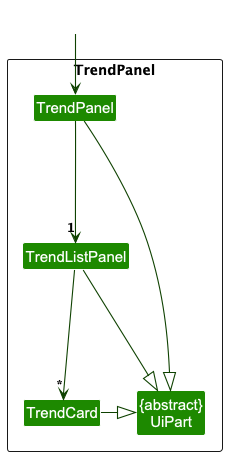
The PlantUML diagram docs/images/TrendPanelClassDiagram.png in kailermai/tp, before a commit. Its diagram source:
```plantuml
@startuml
!include style.puml
skinparam arrowThickness 1.1
skinparam arrowColor UI_COLOR_T4
skinparam classBackgroundColor UI_COLOR

package TP as "TrendPanel"{
Class TrendPanel
Class TrendListPanel
Class TrendCard
Class "{abstract}\nUiPart" as UiPart
Class Spacer #FFFFFF
}

Class RightSidePanel #FFFFFF
RightSidePanel --> TrendPanel
"TrendPanel" -down--> "1"TrendListPanel
TrendListPanel -down--> "*"TrendCard

TrendPanel -|> UiPart
TrendListPanel -|> UiPart
TrendCard -|> UiPart
@enduml
```
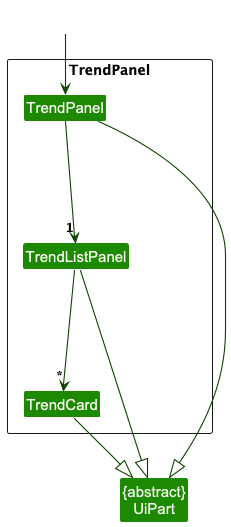
Above is the later version.

Commit message:
Remove Ui part from panel box

The edit, as a diff of the source:
```diff
@@ -8,9 +8,10 @@
 Class TrendPanel
 Class TrendListPanel
 Class TrendCard
-Class "{abstract}\nUiPart" as UiPart
 Class Spacer #FFFFFF
 }
+
+Class "{abstract}\nUiPart" as UiPart
 
 Class RightSidePanel #FFFFFF
 RightSidePanel --> TrendPanel
@@ -19,5 +20,5 @@
 
 TrendPanel -|> UiPart
 TrendListPanel -|> UiPart
-TrendCard -|> UiPart
+TrendCard --|> UiPart
 @enduml
```
